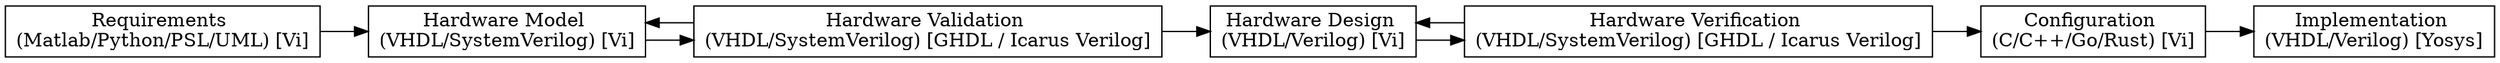
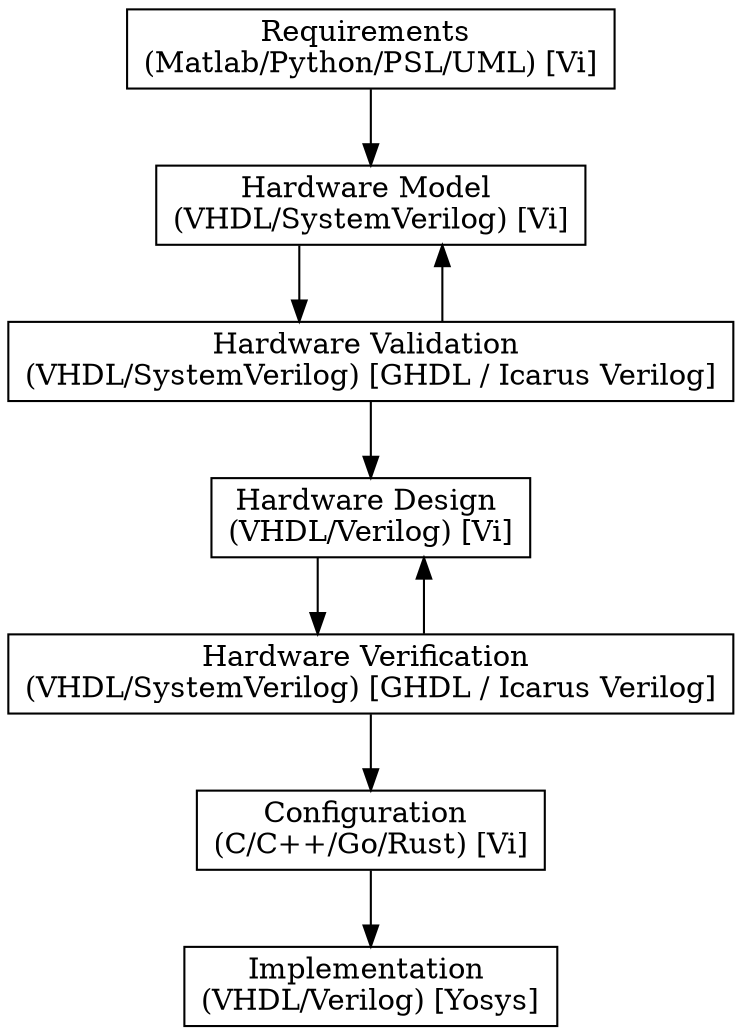
digraph Project {
  // Introduction
-   graph [rankdir = LR, splines=ortho];
+   graph [rankdir = TB, splines=ortho];
  node[shape=record];

  // Blocks
  Requirements[label="Requirements \n(Matlab/Python/PSL/UML) [Vi]"];
  Model[label="Hardware Model \n(VHDL/SystemVerilog) [Vi]"];
  Validation[label="Hardware Validation \n(VHDL/SystemVerilog) [GHDL / Icarus Verilog]"];
  Design[label="Hardware Design \n(VHDL/Verilog) [Vi]"];
  Verification[label="Hardware Verification \n(VHDL/SystemVerilog) [GHDL / Icarus Verilog]"];
  Configuration[label="Configuration \n(C/C++/Go/Rust) [Vi]"];
  Implementation[label="Implementation \n(VHDL/Verilog) [Yosys]"];

  // Sequence
  Requirements -> Model;
  Model -> Validation;
  Validation -> Design;
  Design -> Verification;
  Verification -> Configuration;
  Configuration -> Implementation;

  // Feedback
  Validation -> Model;
  Verification -> Design;
}
